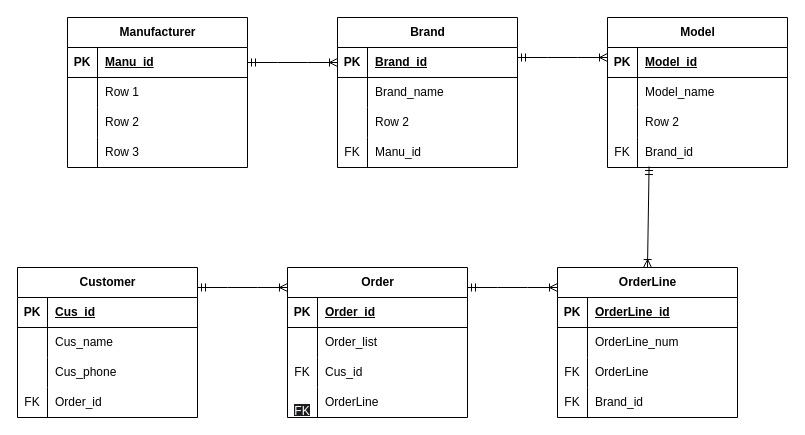
Earlier version of the draw.io diagram [งานเดี่ยว] ให้แปลและออกแบบ ERD ตามโจทย์/2.drawio (MickeyNice325/ERD). Source tidied: cells renumbered, new cells numbered last; positions are measured from the earlier drawing's top-left corner, leaving out a move shared by most shapes. Both pictures are drawn from the tidied source at 100%, with x=0, y=0 at pixel (17, 17).
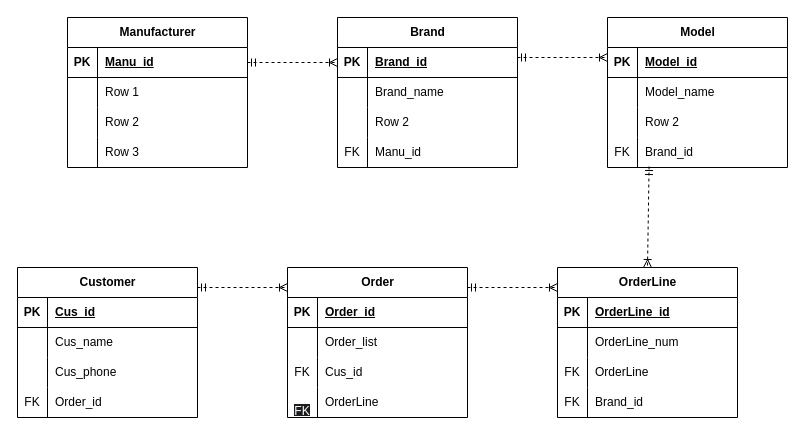
After the change.

The change refers to these unchanged cells:
```xml
<mxCell id="3" style="shape=tableRow;horizontal=0;startSize=0;swimlaneHead=0;swimlaneBody=0;fillColor=none;points=[[0,0.5],[1,0.5]];portConstraint=eastwest;top=0;left=0;right=0;bottom=1;" parent="2" vertex="1">
  <mxGeometry y="30" width="180" height="30" as="geometry" />
</mxCell>
<mxCell id="16" style="shape=tableRow;horizontal=0;startSize=0;swimlaneHead=0;swimlaneBody=0;fillColor=none;points=[[0,0.5],[1,0.5]];portConstraint=eastwest;top=0;left=0;right=0;bottom=1;" parent="15" vertex="1">
  <mxGeometry y="30" width="180" height="30" as="geometry" />
</mxCell>
<mxCell id="39" style="shape=tableRow;horizontal=0;startSize=0;swimlaneHead=0;swimlaneBody=0;fillColor=none;points=[[0,0.5],[1,0.5]];portConstraint=eastwest;top=0;left=0;right=0;bottom=0;" parent="29" vertex="1">
  <mxGeometry y="120" width="180" height="30" as="geometry" />
</mxCell>
<mxCell id="70" value="OrderLine" style="shape=table;startSize=30;childLayout=tableLayout;rowLines=0;fontStyle=1;align=center;html=1;" parent="1" vertex="1">
  <mxGeometry x="540" y="250" width="180" height="150" as="geometry" />
</mxCell>
```

The edit, as a diff of the source:
```diff
@@
-    <mxCell id="28" style="edgeStyle=entityRelationEdgeStyle;fontSize=12;html=1;endArrow=ERoneToMany;startArrow=ERmandOne;rounded=0;exitX=1;exitY=0.5;exitDx=0;exitDy=0;entryX=0;entryY=0.5;entryDx=0;entryDy=0;endFill=0;" parent="1" edge="1" source="3" target="16">
+    <mxCell id="28" style="edgeStyle=entityRelationEdgeStyle;fontSize=12;html=1;endArrow=ERoneToMany;startArrow=ERmandOne;rounded=0;exitX=1;exitY=0.5;exitDx=0;exitDy=0;entryX=0;entryY=0.5;entryDx=0;entryDy=0;endFill=0;dashed=1;" parent="1" edge="1" source="3" target="16">
       <mxGeometry relative="1" as="geometry" />
     </mxCell>
@@
-    <mxCell id="42" style="edgeStyle=entityRelationEdgeStyle;fontSize=12;html=1;endArrow=ERoneToMany;startArrow=ERmandOne;rounded=0;exitX=1;exitY=0.5;exitDx=0;exitDy=0;entryX=0;entryY=0.5;entryDx=0;entryDy=0;endFill=0;" parent="1" edge="1">
+    <mxCell id="42" style="edgeStyle=entityRelationEdgeStyle;fontSize=12;html=1;endArrow=ERoneToMany;startArrow=ERmandOne;rounded=0;exitX=1;exitY=0.5;exitDx=0;exitDy=0;entryX=0;entryY=0.5;entryDx=0;entryDy=0;endFill=0;dashed=1;" parent="1" edge="1">
       <mxGeometry relative="1" as="geometry">
         <mxPoint x="500" y="40" as="sourcePoint" />
         <mxPoint x="590" y="40" as="targetPoint" />
       </mxGeometry>
     </mxCell>
@@
-    <mxCell id="69" style="edgeStyle=entityRelationEdgeStyle;fontSize=12;html=1;endArrow=ERoneToMany;startArrow=ERmandOne;rounded=0;exitX=1;exitY=0.5;exitDx=0;exitDy=0;entryX=0;entryY=0.5;entryDx=0;entryDy=0;endFill=0;" parent="1" edge="1">
+    <mxCell id="69" style="edgeStyle=entityRelationEdgeStyle;fontSize=12;html=1;endArrow=ERoneToMany;startArrow=ERmandOne;rounded=0;exitX=1;exitY=0.5;exitDx=0;exitDy=0;entryX=0;entryY=0.5;entryDx=0;entryDy=0;endFill=0;dashed=1;" parent="1" edge="1">
       <mxGeometry relative="1" as="geometry">
         <mxPoint x="180" y="270" as="sourcePoint" />
         <mxPoint x="270" y="270" as="targetPoint" />
       </mxGeometry>
     </mxCell>
@@
-    <mxCell id="83" style="edgeStyle=entityRelationEdgeStyle;fontSize=12;html=1;endArrow=ERoneToMany;startArrow=ERmandOne;rounded=0;exitX=1;exitY=0.5;exitDx=0;exitDy=0;entryX=0;entryY=0.5;entryDx=0;entryDy=0;endFill=0;" parent="1" edge="1">
+    <mxCell id="83" style="edgeStyle=entityRelationEdgeStyle;fontSize=12;html=1;endArrow=ERoneToMany;startArrow=ERmandOne;rounded=0;exitX=1;exitY=0.5;exitDx=0;exitDy=0;entryX=0;entryY=0.5;entryDx=0;entryDy=0;endFill=0;dashed=1;" parent="1" edge="1">
       <mxGeometry relative="1" as="geometry">
         <mxPoint x="450" y="270" as="sourcePoint" />
         <mxPoint x="540" y="270" as="targetPoint" />
       </mxGeometry>
     </mxCell>
-    <mxCell id="84" style="fontSize=12;html=1;endArrow=ERoneToMany;startArrow=ERmandOne;rounded=0;exitX=0.231;exitY=0.967;exitDx=0;exitDy=0;entryX=0.5;entryY=0;entryDx=0;entryDy=0;endFill=0;exitPerimeter=0;" parent="1" edge="1" source="39" target="70">
+    <mxCell id="84" style="fontSize=12;html=1;endArrow=ERoneToMany;startArrow=ERmandOne;rounded=0;exitX=0.231;exitY=0.967;exitDx=0;exitDy=0;entryX=0.5;entryY=0;entryDx=0;entryDy=0;endFill=0;exitPerimeter=0;dashed=1;" parent="1" edge="1" source="39" target="70">
       <mxGeometry relative="1" as="geometry" />
     </mxCell>
```
